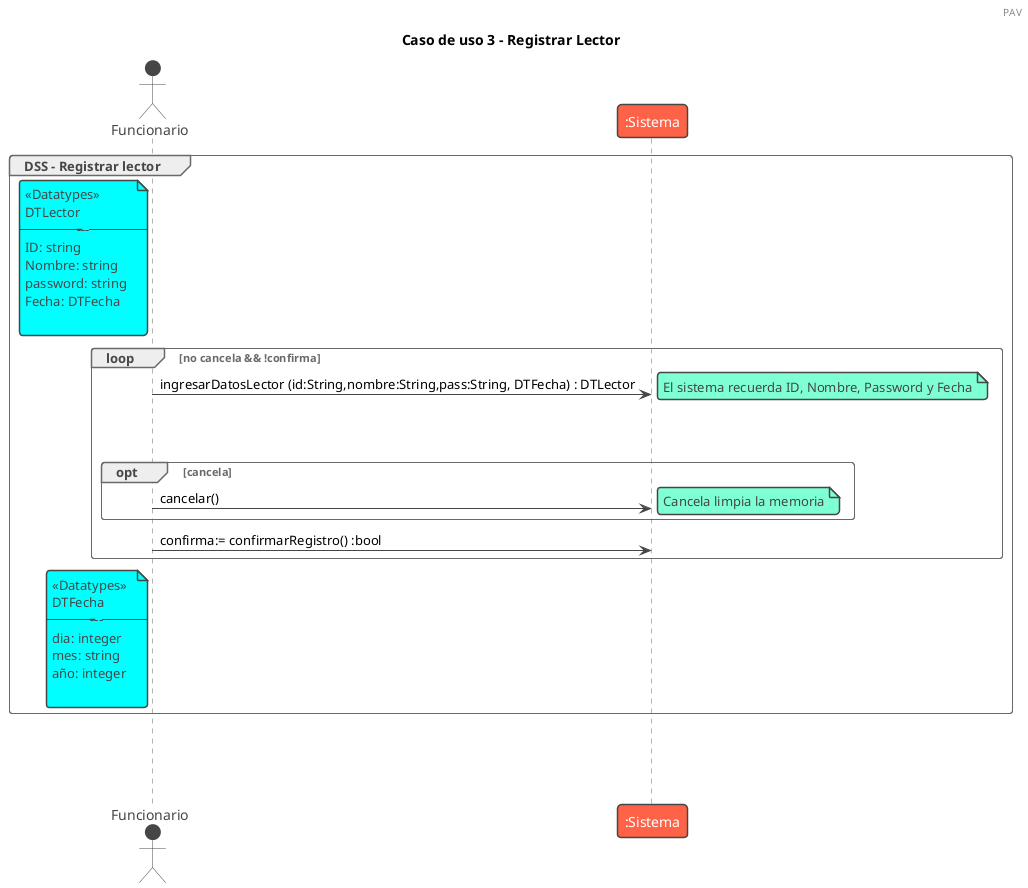
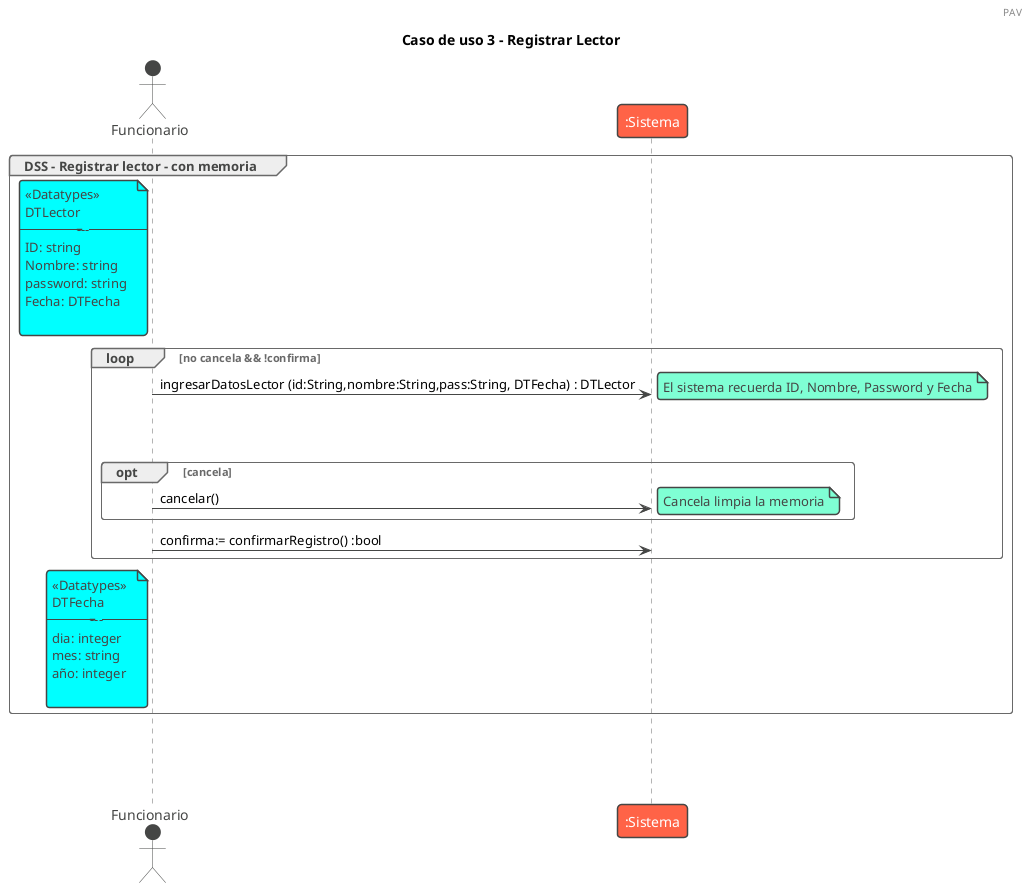
@startuml registrarLector
!theme vibrant
header PAV


title Caso de uso 3 - Registrar Lector

- group DSS - Registrar lector
+ group DSS - Registrar lector - con memoria
Actor Funcionario

note left of Funcionario #aqua
<<Datatypes>>
DTLector
-----------
ID: string
Nombre: string
password: string
Fecha: DTFecha

end note



loop no cancela && !confirma

Funcionario -> ":Sistema" : ingresarDatosLector (id:String,nombre:String,pass:String, DTFecha) : DTLector

note right: El sistema recuerda ID, Nombre, Password y Fecha

|||
|||
opt cancela
Funcionario -> ":Sistema" : cancelar()
note right: Cancela limpia la memoria
end

Funcionario -> ":Sistema" : confirma:= confirmarRegistro() :bool



end


note left of Funcionario #aqua
<<Datatypes>>
DTFecha
-----------
dia: integer
mes: string
año: integer

end note


end
|||
|||
|||
@enduml